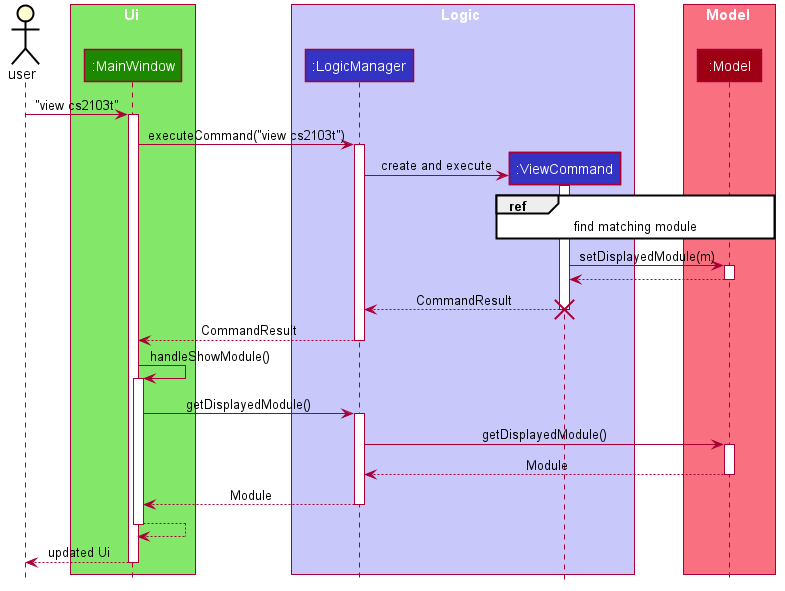
Above: docs/images/ModuleViewSequenceDiagram.png in nus-cs2103-AY1920S1/addressbook-level3 (PlantUML), before the change. The source it was exported from:
```plantuml
@startuml








skinparam BackgroundColor #FFFFFFF

skinparam Shadowing false

skinparam Class {
    FontColor #FFFFFF
    BorderThickness 1
    BorderColor #FFFFFF
    StereotypeFontColor #FFFFFF
    FontName Arial
}

skinparam Actor {
    BorderColor #000000
    Color #000000
    FontName Arial
}

skinparam Sequence {
    MessageAlign center
    BoxFontSize 15
    BoxPadding 0
    BoxFontColor #FFFFFF
    FontName Arial
}

skinparam Participant {
    FontColor #FFFFFFF
    Padding 20
}

skinparam MinClassWidth 50
skinparam ParticipantPadding 10
skinparam Shadowing false
skinparam DefaultTextAlignment center
skinparam packageStyle Rectangle

hide footbox
hide members
hide circle

actor user

box Ui #83E769
participant ":MainWindow" as MainWindow #1D8900
end box

box Logic #C8C8FA
participant ":LogicManager" as LogicManager #3333C4
participant ":ViewCommand" as ViewCommand #3333C4
end box

box Model #F97181
participant ":Model" as Model #9D0012
end box

user -> MainWindow : "view cs2103t"
activate MainWindow

MainWindow -> LogicManager : executeCommand("view cs2103t")
activate LogicManager

LogicManager -> ViewCommand ** : create and execute
activate ViewCommand

ref over ViewCommand, Model : find matching module

ViewCommand -> Model : setDisplayedModule(m)
activate Model

Model --> ViewCommand
deactivate Model

ViewCommand --> LogicManager : CommandResult
deactivate ViewCommand
destroy ViewCommand

LogicManager --> MainWindow : CommandResult
deactivate LogicManager

MainWindow -> MainWindow : handleShowModule()
activate MainWindow

MainWindow -> LogicManager : getDisplayedModule()
activate LogicManager

LogicManager -> Model : getDisplayedModule()
activate Model

Model --> LogicManager : Module
deactivate Model

LogicManager --> MainWindow : Module
deactivate LogicManager

MainWindow --> MainWindow
deactivate MainWindow

MainWindow --> user : updated Ui
deactivate MainWindow

@enduml
```
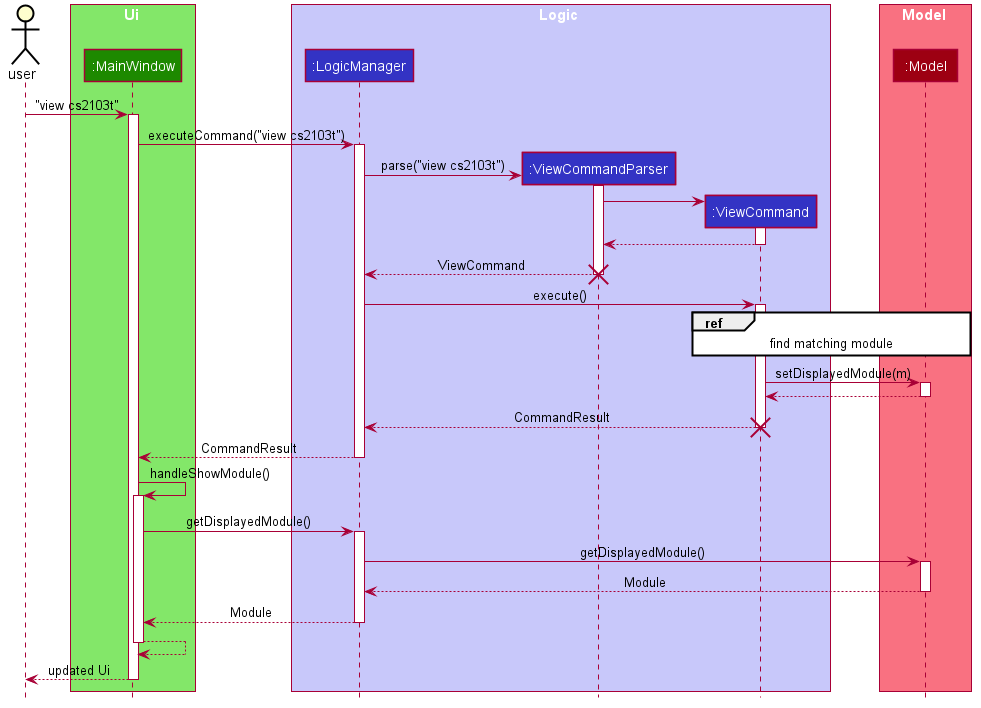
Later version of the same file.

Commit message:
Update Module View Documentation (#62)

Diff of the diagram source:
```diff
@@ -56,6 +56,7 @@
 
 box Logic #C8C8FA
 participant ":LogicManager" as LogicManager #3333C4
+participant ":ViewCommandParser" as ViewCommandParser #3333C4
 participant ":ViewCommand" as ViewCommand #3333C4
 end box
 
@@ -69,7 +70,20 @@
 MainWindow -> LogicManager : executeCommand("view cs2103t")
 activate LogicManager
 
-LogicManager -> ViewCommand ** : create and execute
+LogicManager -> ViewCommandParser ** : parse("view cs2103t")
+activate ViewCommandParser
+
+ViewCommandParser -> ViewCommand **
+activate ViewCommand
+
+ViewCommand --> ViewCommandParser
+deactivate ViewCommand
+
+ViewCommandParser --> LogicManager : ViewCommand
+deactivate ViewCommandParser
+destroy ViewCommandParser
+
+LogicManager -> ViewCommand : execute()
 activate ViewCommand
 
 ref over ViewCommand, Model : find matching module
```
